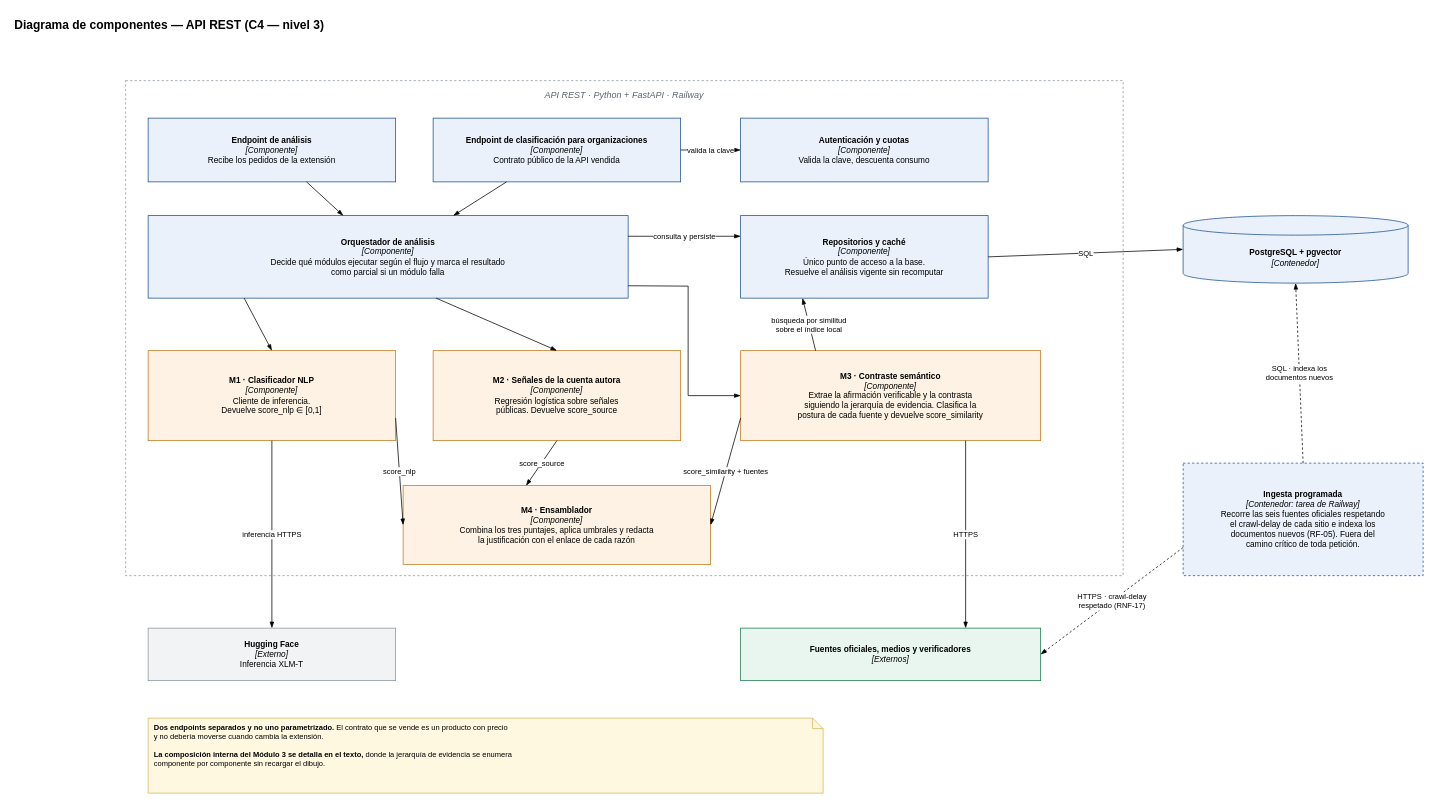
Earlier version of the draw.io diagram wiki/assets/diagramas/c4-componentes.drawio (martinnbejarano/PFI-Wiki). Source tidied: cells renumbered, new cells numbered last; positions are measured from the earlier drawing's top-left corner, leaving out a move shared by most shapes. Both pictures are drawn from the tidied source at 75%, with x=0, y=0 at pixel (13, 13).
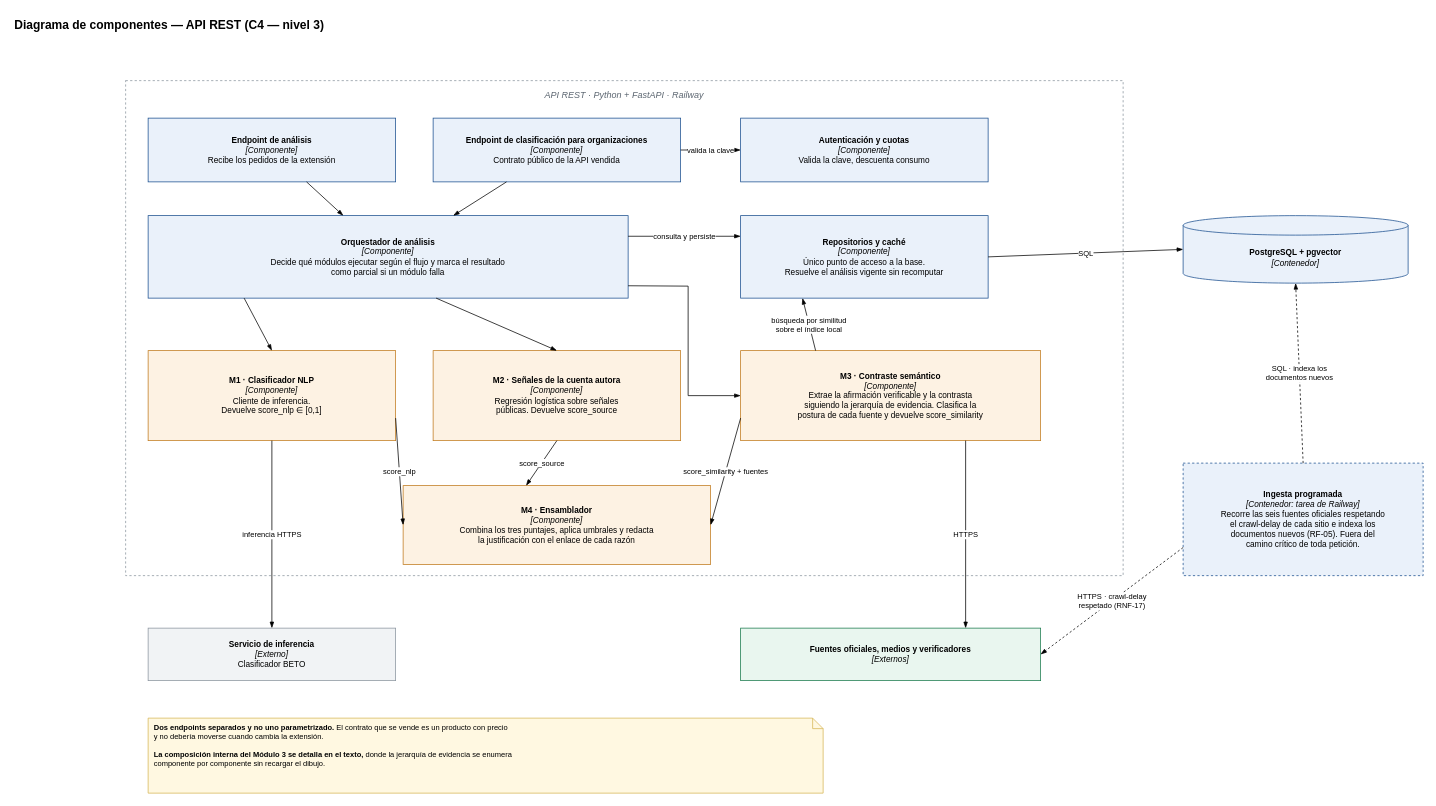
After the change.

What changed in the source:
```diff
@@
-    <mxCell id="13" value="&lt;b&gt;Hugging Face&lt;/b&gt;&lt;br&gt;&lt;i&gt;[Externo]&lt;/i&gt;&lt;br&gt;Inferencia XLM-T" style="rounded=0;whiteSpace=wrap;html=1;fontSize=11;align=center;fillColor=#f1f3f5;strokeColor=#8a949e;" parent="1" vertex="1">
+    <mxCell id="13" value="&lt;b&gt;Servicio de inferencia&lt;/b&gt;&lt;br&gt;&lt;i&gt;[Externo]&lt;/i&gt;&lt;br&gt;Clasificador BETO" style="rounded=0;whiteSpace=wrap;html=1;fontSize=11;align=center;fillColor=#f1f3f5;strokeColor=#8a949e;" parent="1" vertex="1">
       <mxGeometry x="180" y="820" width="330" height="70" as="geometry" />
     </mxCell>
```
